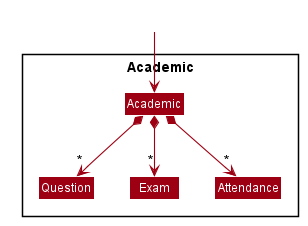
Above: docs/images/AcademicClassDiagram.png in nus-cs2103-AY2021S1/tp (PlantUML), before the change.
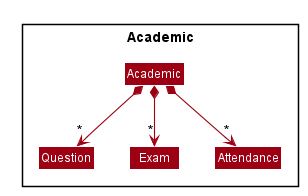
The same diagram one commit later.

Diff of the diagram source:
```diff
@@ -58,8 +58,6 @@
 Class Attendance
 }
 
-Class HiddenOutside #FFFFFF
-HiddenOutside --> Academic
 
 Academic *--> "*" Question
 Academic *--> "*" Exam
```
